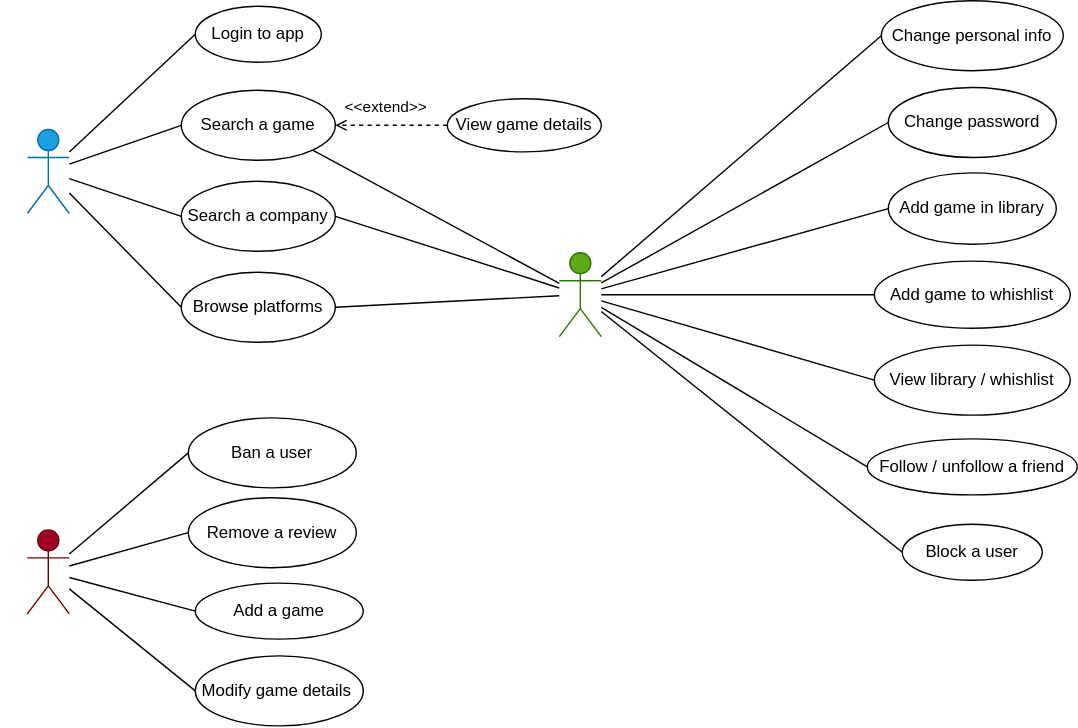
Above: UML diagrams/UML use case diagram.svg in lorenzoceccanti/pixelindex (draw.io), before the change. Source tidied: cells renumbered, new cells last; positions are measured from the earlier drawing's top-left corner, leaving out a move shared by most shapes.
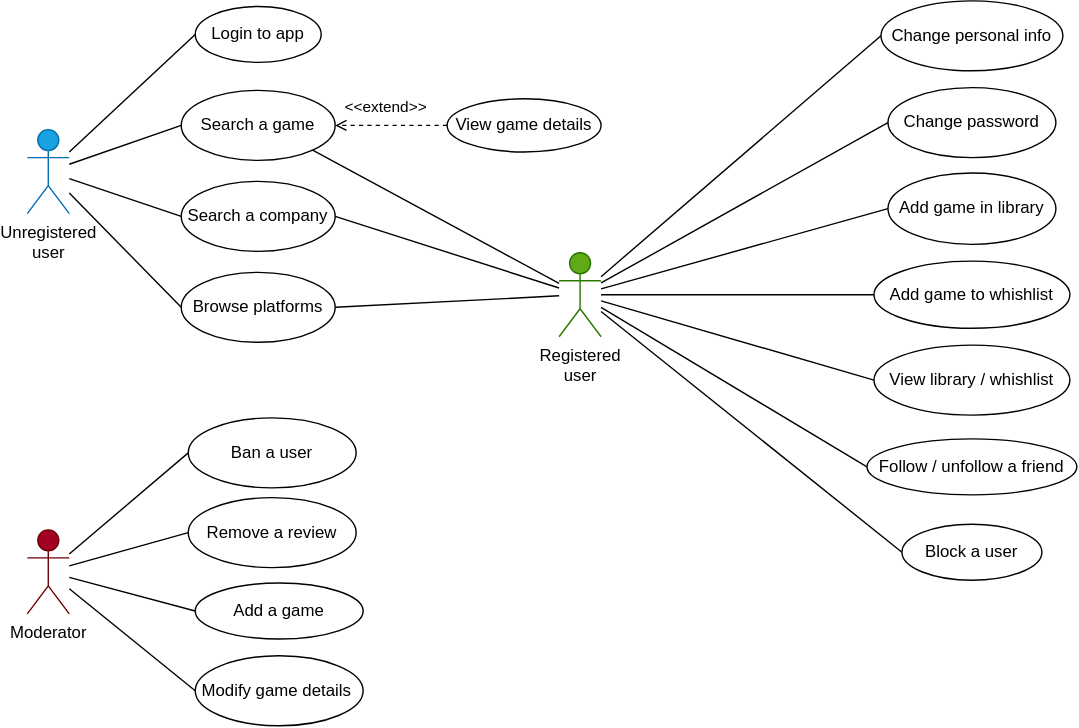
After the change.

Commit message:
Fix dei colori

Diff of the diagram source:
```diff
@@ -2,13 +2,13 @@
   <root>
     <mxCell id="0" />
     <mxCell id="1" parent="0" />
-    <mxCell id="2" value="Registered&lt;br&gt;user" style="shape=umlActor;verticalLabelPosition=bottom;verticalAlign=top;html=1;outlineConnect=0;fillColor=#60a917;fontColor=#ffffff;strokeColor=#2D7600;" parent="1" vertex="1">
+    <mxCell id="2" value="&lt;font color=&quot;#000000&quot;&gt;Registered&lt;br&gt;user&lt;/font&gt;" style="shape=umlActor;verticalLabelPosition=bottom;verticalAlign=top;html=1;outlineConnect=0;fillColor=#60a917;fontColor=#ffffff;strokeColor=#2D7600;" parent="1" vertex="1">
       <mxGeometry x="380" y="180" width="30" height="60" as="geometry" />
     </mxCell>
-    <mxCell id="3" value="Unregistered &lt;br&gt;user" style="shape=umlActor;verticalLabelPosition=bottom;verticalAlign=top;html=1;outlineConnect=0;fillColor=#1ba1e2;fontColor=#ffffff;strokeColor=#006EAF;" parent="1" vertex="1">
+    <mxCell id="3" value="&lt;font color=&quot;#000000&quot;&gt;Unregistered &lt;br&gt;user&lt;/font&gt;" style="shape=umlActor;verticalLabelPosition=bottom;verticalAlign=top;html=1;outlineConnect=0;fillColor=#1ba1e2;fontColor=#ffffff;strokeColor=#006EAF;" parent="1" vertex="1">
       <mxGeometry y="92" width="30" height="60" as="geometry" />
     </mxCell>
-    <mxCell id="4" value="Moderator" style="shape=umlActor;verticalLabelPosition=bottom;verticalAlign=top;html=1;outlineConnect=0;fillColor=#a20025;fontColor=#ffffff;strokeColor=#6F0000;" parent="1" vertex="1">
+    <mxCell id="4" value="&lt;font color=&quot;#000000&quot;&gt;Moderator&lt;/font&gt;" style="shape=umlActor;verticalLabelPosition=bottom;verticalAlign=top;html=1;outlineConnect=0;fillColor=#a20025;fontColor=#ffffff;strokeColor=#6F0000;" parent="1" vertex="1">
       <mxGeometry y="378" width="30" height="60" as="geometry" />
     </mxCell>
     <mxCell id="5" style="endArrow=none;html=1;rounded=0;entryX=0;entryY=0.5;entryDx=0;entryDy=0;" parent="1" edge="1" source="3" target="6">
```
